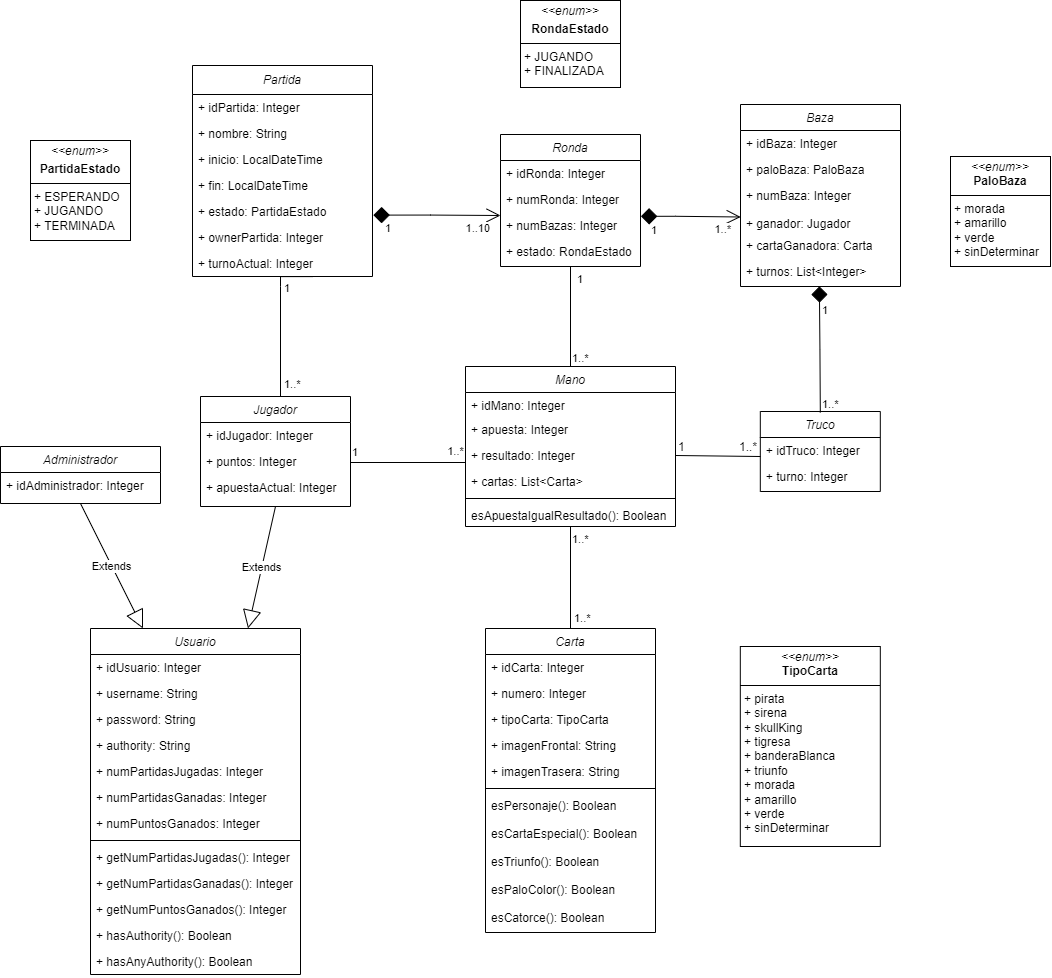
Cristinafernandezchica/skullking keeps this draw.io diagram as docs/diagrams/Diagrama_de_dominio_UML.png. Above is the earlier version. Source tidied: cells renumbered, new cells last; positions are measured from the earlier drawing's top-left corner, leaving out a move shared by most shapes.
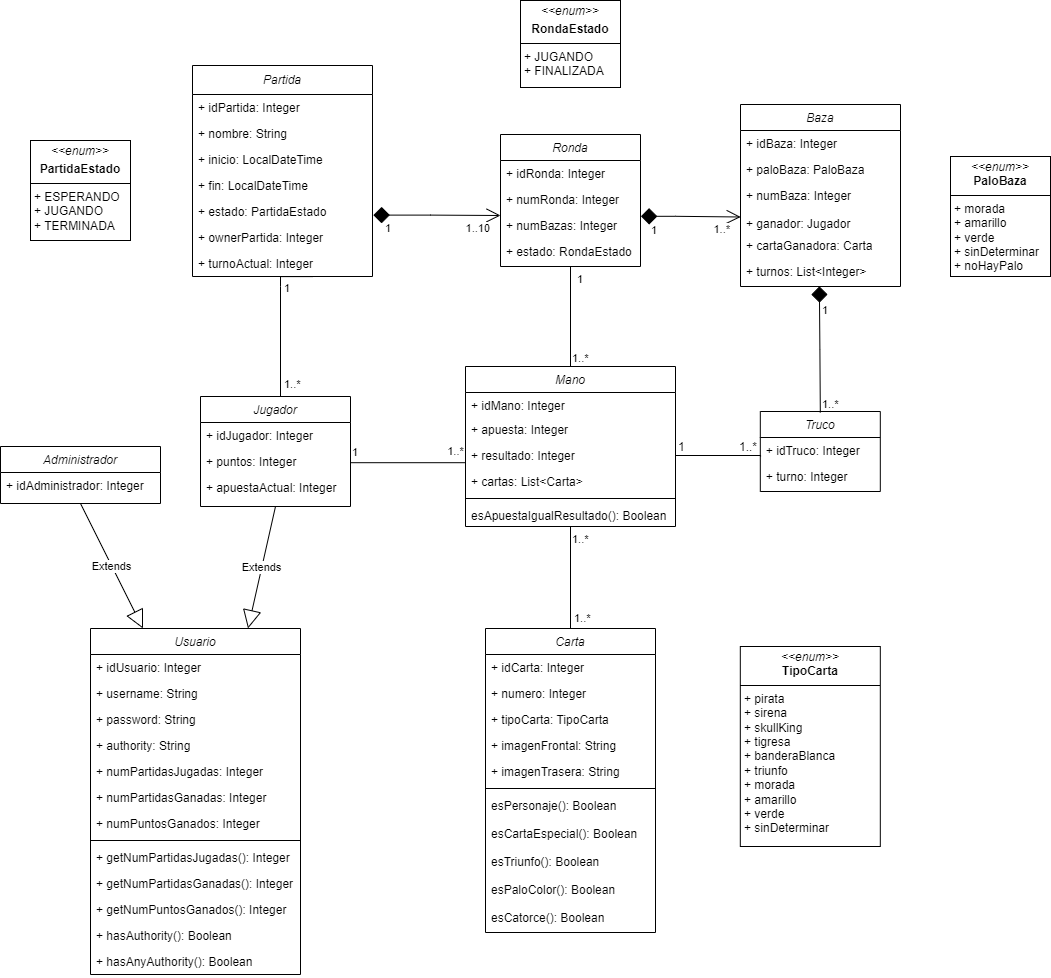
After the commit.

What changed in the source:
```diff
@@ -317,8 +317,8 @@
     <mxCell id="89" value="1" style="edgeLabel;html=1;align=left;verticalAlign=bottom;rotation=0;" parent="1" vertex="1">
       <mxGeometry x="282" y="296" as="geometry" />
     </mxCell>
-    <mxCell id="90" value="&lt;p style=&quot;margin:0px;margin-top:4px;text-align:center;&quot;&gt;&lt;i&gt;&amp;lt;&amp;lt;enum&amp;gt;&amp;gt;&lt;/i&gt;&lt;br&gt;&lt;span style=&quot;text-align: left; text-wrap: nowrap;&quot;&gt;&lt;b&gt;PaloBaza&lt;/b&gt;&lt;/span&gt;&lt;br&gt;&lt;/p&gt;&lt;hr size=&quot;1&quot; style=&quot;border-style:solid;&quot;&gt;&lt;p style=&quot;margin:0px;margin-left:4px;&quot;&gt;&lt;span style=&quot;background-color: initial;&quot;&gt;+ morada&lt;/span&gt;&lt;/p&gt;&lt;p style=&quot;margin:0px;margin-left:4px;&quot;&gt;+ amarillo&lt;/p&gt;&lt;p style=&quot;margin:0px;margin-left:4px;&quot;&gt;+ verde&lt;/p&gt;&lt;p style=&quot;margin:0px;margin-left:4px;&quot;&gt;+ sinDeterminar&lt;/p&gt;" style="verticalAlign=top;align=left;overflow=fill;html=1;whiteSpace=wrap;" parent="1" vertex="1">
-      <mxGeometry x="950" y="156" width="100" height="110" as="geometry" />
+    <mxCell id="90" value="&lt;p style=&quot;margin:0px;margin-top:4px;text-align:center;&quot;&gt;&lt;i&gt;&amp;lt;&amp;lt;enum&amp;gt;&amp;gt;&lt;/i&gt;&lt;br&gt;&lt;span style=&quot;text-align: left; text-wrap: nowrap;&quot;&gt;&lt;b&gt;PaloBaza&lt;/b&gt;&lt;/span&gt;&lt;br&gt;&lt;/p&gt;&lt;hr size=&quot;1&quot; style=&quot;border-style:solid;&quot;&gt;&lt;p style=&quot;margin:0px;margin-left:4px;&quot;&gt;&lt;span style=&quot;background-color: initial;&quot;&gt;+ morada&lt;/span&gt;&lt;/p&gt;&lt;p style=&quot;margin:0px;margin-left:4px;&quot;&gt;+ amarillo&lt;/p&gt;&lt;p style=&quot;margin:0px;margin-left:4px;&quot;&gt;+ verde&lt;/p&gt;&lt;p style=&quot;margin:0px;margin-left:4px;&quot;&gt;+ sinDeterminar&lt;/p&gt;&lt;p style=&quot;margin:0px;margin-left:4px;&quot;&gt;+ noHayPalo&lt;/p&gt;" style="verticalAlign=top;align=left;overflow=fill;html=1;whiteSpace=wrap;" parent="1" vertex="1">
+      <mxGeometry x="950" y="156" width="100" height="120" as="geometry" />
     </mxCell>
   </root>
 </mxGraphModel>
```
